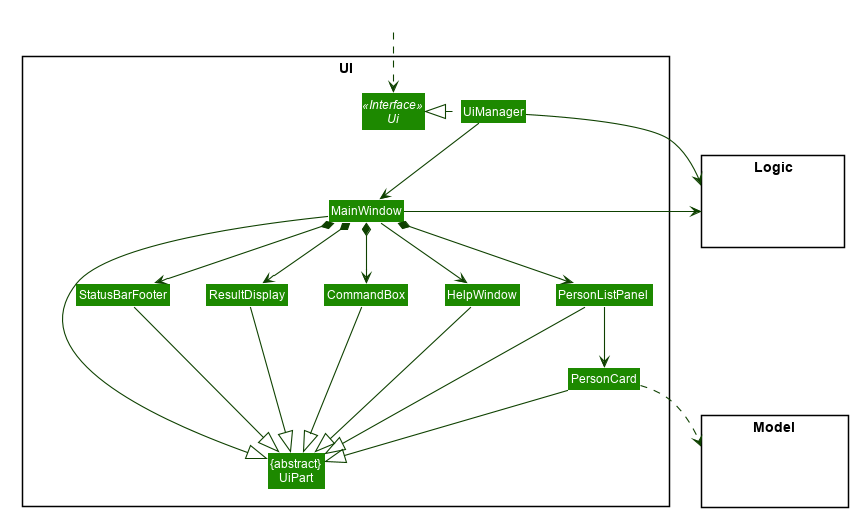
The PlantUML diagram docs/images/UiClassDiagram.png in nus-cs2103-AY2021S2/tp, before a commit.
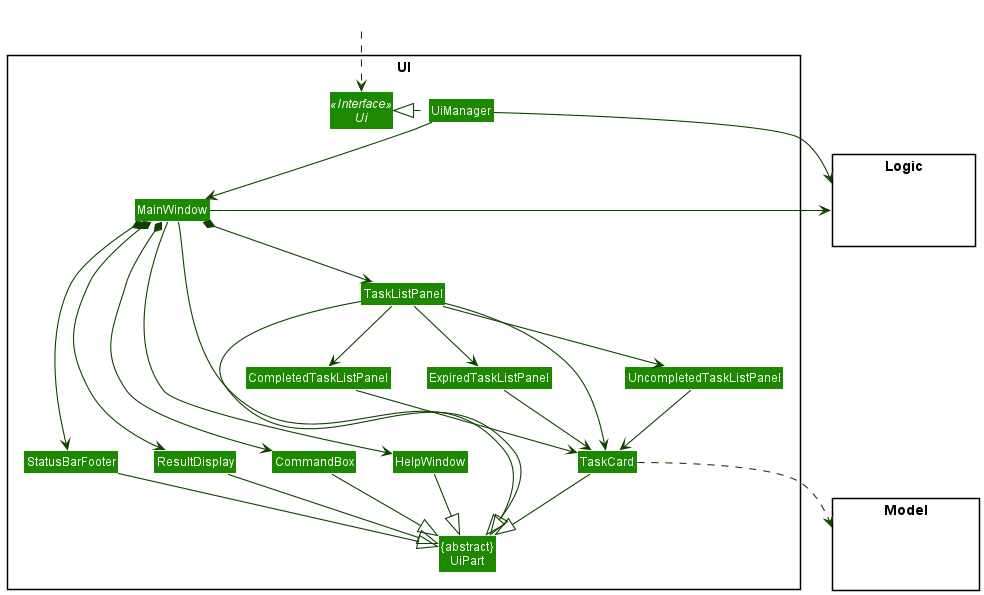
After the change.

Commit message:
Change UI class diagram

What changed in the source:
```diff
@@ -1,55 +1,8 @@
 @startuml
-
-
-
-
-
-
-
-
-skinparam BackgroundColor #FFFFFFF
-
-skinparam Shadowing false
-
-skinparam Class {
-    FontColor #FFFFFF
-    BorderThickness 1
-    BorderColor #FFFFFF
-    StereotypeFontColor #FFFFFF
-    FontName Arial
-}
-
-skinparam Actor {
-    BorderColor #000000
-    Color #000000
-    FontName Arial
-}
-
-skinparam Sequence {
-    MessageAlign center
-    BoxFontSize 15
-    BoxPadding 0
-    BoxFontColor #FFFFFF
-    FontName Arial
-}
-
-skinparam Participant {
-    FontColor #FFFFFFF
-    Padding 20
-}
-
-skinparam MinClassWidth 50
-skinparam ParticipantPadding 10
-skinparam Shadowing false
-skinparam DefaultTextAlignment center
-skinparam packageStyle Rectangle
-
-hide footbox
-hide members
-hide circle
+!include style.puml
 skinparam arrowThickness 1.1
-skinparam arrowColor #0E4100
-skinparam classBackgroundColor #1D8900
+skinparam arrowColor UI_COLOR_T4
+skinparam classBackgroundColor UI_COLOR
 
 package UI <<Rectangle>>{
 Interface Ui <<Interface>>
@@ -58,8 +11,11 @@
 Class MainWindow
 Class HelpWindow
 Class ResultDisplay
-Class PersonListPanel
-Class PersonCard
+Class TaskListPanel
+Class UncompletedTaskListPanel
+Class CompletedTaskListPanel
+class ExpiredTaskListPanel
+Class TaskCard
 Class StatusBarFooter
 Class CommandBox
 }
@@ -80,25 +36,31 @@
 MainWindow --> HelpWindow
 MainWindow *-down-> CommandBox
 MainWindow *-down-> ResultDisplay
-MainWindow *-down-> PersonListPanel
+MainWindow *-down-> TaskListPanel
 MainWindow *-down-> StatusBarFooter
 
-PersonListPanel -down-> PersonCard
+TaskListPanel -down-> TaskCard
+TaskListPanel -down-> CompletedTaskListPanel
+TaskListPanel -down-> UncompletedTaskListPanel
+TaskListPanel -down-> ExpiredTaskListPanel
+UncompletedTaskListPanel -down-> TaskCard
+CompletedTaskListPanel -down-> TaskCard
+ExpiredTaskListPanel -down-> TaskCard
 
 MainWindow -left-|> UiPart
 
 ResultDisplay --|> UiPart
 CommandBox --|> UiPart
-PersonListPanel --|> UiPart
-PersonCard --|> UiPart
+TaskListPanel --|> UiPart
+TaskCard --|> UiPart
 StatusBarFooter --|> UiPart
 HelpWindow -down-|> UiPart
 
-PersonCard ..> Model
+TaskCard ..> Model
 UiManager -right-> Logic
 MainWindow -left-> Logic
 
-PersonListPanel -[hidden]left- HelpWindow
+TaskCard -[hidden]left- HelpWindow
 HelpWindow -[hidden]left- CommandBox
 CommandBox -[hidden]left- ResultDisplay
 ResultDisplay -[hidden]left- StatusBarFooter
```
